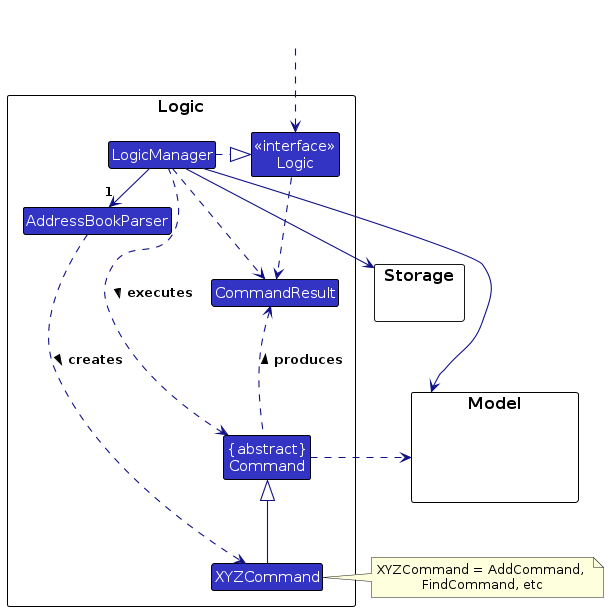
zhonghan721/tp keeps this PlantUML diagram as diagrams/LogicClassDiagram.png. Above is the earlier version. Its source is kept beside it as diagrams/LogicClassDiagram.puml. Source of this version:
```plantuml
@startuml
!include style.puml
skinparam arrowThickness 1.1
skinparam arrowColor LOGIC_COLOR_T4
skinparam classBackgroundColor LOGIC_COLOR

package Logic as LogicPackage {

Class AddressBookParser
Class XYZCommand
Class CommandResult
Class "{abstract}\nCommand" as Command


Class "<<interface>>\nLogic" as Logic
Class LogicManager
}

package Model {
Class HiddenModel<<HIDDEN>> #FFFFFF
}

package Storage {
}

Class HiddenOutside<<HIDDEN>> #FFFFFF
HiddenOutside ..> Logic

LogicManager .right.|> Logic
LogicManager -right->"1" AddressBookParser
AddressBookParser ..> XYZCommand : creates >

XYZCommand -up-|> Command
LogicManager .left.> Command : executes >

LogicManager --> Model
LogicManager --> Storage
Storage --[hidden] Model
Command .[hidden]up.> Storage
Command .right.> Model
note right of XYZCommand: XYZCommand = AddCommand, \nFindCommand, etc

Logic ..> CommandResult
LogicManager .down.> CommandResult
Command .up.> CommandResult : produces >
@enduml
```
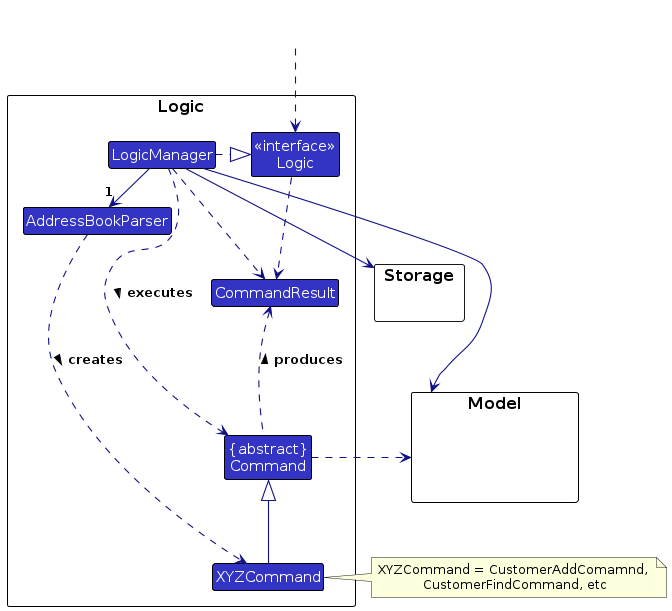
Above is the later version.

What changed in the source:
```diff
@@ -38,7 +38,7 @@
 Storage --[hidden] Model
 Command .[hidden]up.> Storage
 Command .right.> Model
-note right of XYZCommand: XYZCommand = AddCommand, \nFindCommand, etc
+note right of XYZCommand: XYZCommand = CustomerAddComamnd, \nCustomerFindCommand, etc
 
 Logic ..> CommandResult
 LogicManager .down.> CommandResult
```
